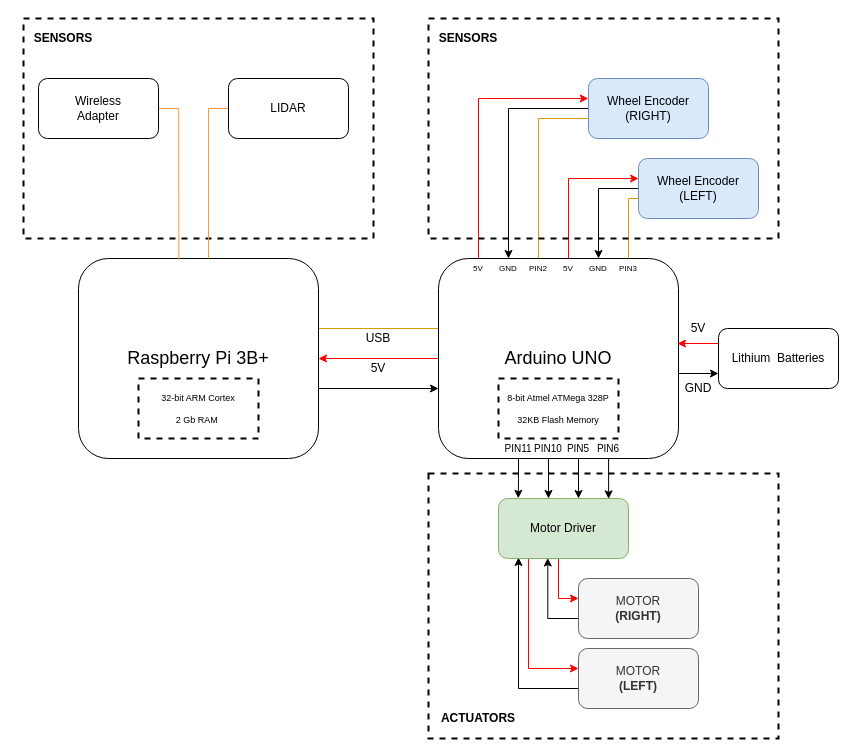
Before: alex_electronic_architecture.drawio in domaxi/alex142, a draw.io diagram. Source tidied: cells renumbered, new cells numbered last; positions are measured from the earlier drawing's top-left corner, leaving out a move shared by most shapes. Both pictures are drawn from the tidied source at 100%, with x=0, y=0 at pixel (23, 18).
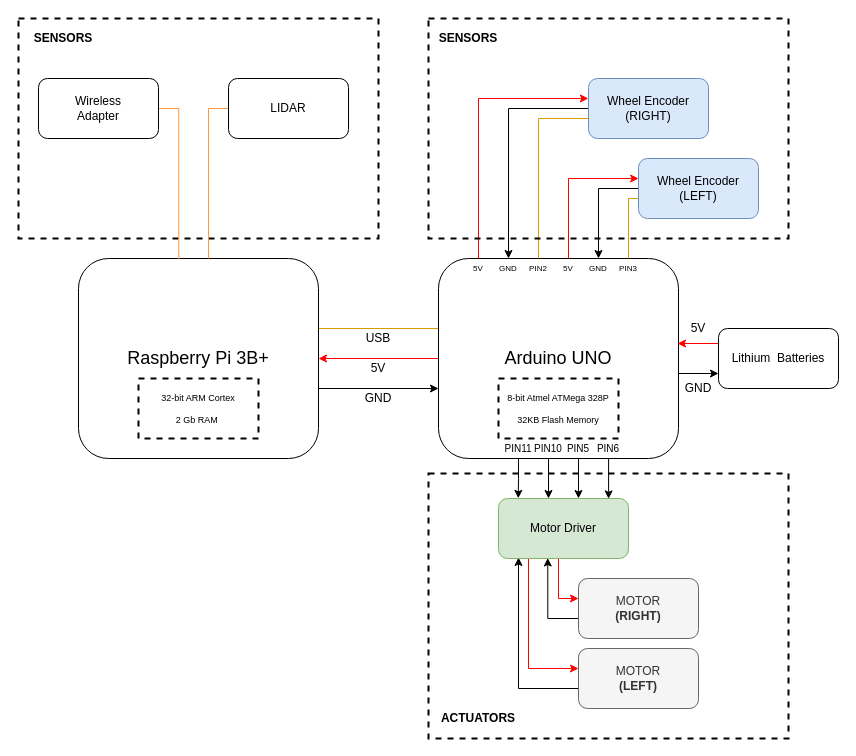
After the change.

The edit, as a diff of the source:
```diff
@@
     <mxCell id="2" style="rounded=0;whiteSpace=wrap;html=1;fontSize=8;fillColor=none;dashed=1;strokeWidth=2;" parent="1" vertex="1">
-      <mxGeometry x="405" y="455" width="350" height="265" as="geometry" />
+      <mxGeometry x="405" y="455" width="360" height="265" as="geometry" />
     </mxCell>
     <mxCell id="3" style="rounded=0;whiteSpace=wrap;html=1;fontSize=8;fillColor=none;dashed=1;strokeWidth=2;" parent="1" vertex="1">
-      <mxGeometry width="350" height="220" as="geometry" />
+      <mxGeometry x="-5" width="360" height="220" as="geometry" />
     </mxCell>
@@
     <mxCell id="49" style="rounded=0;whiteSpace=wrap;html=1;fontSize=8;fillColor=none;dashed=1;strokeWidth=2;" parent="1" vertex="1">
-      <mxGeometry x="405" width="350" height="220" as="geometry" />
+      <mxGeometry x="405" width="360" height="220" as="geometry" />
     </mxCell>
@@
+    <mxCell id="55" value="GND" style="text;html=1;strokeColor=none;fillColor=none;align=center;verticalAlign=middle;whiteSpace=wrap;rounded=0;" parent="1" vertex="1">
+      <mxGeometry x="335" y="370" width="40" height="20" as="geometry" />
+    </mxCell>
```
